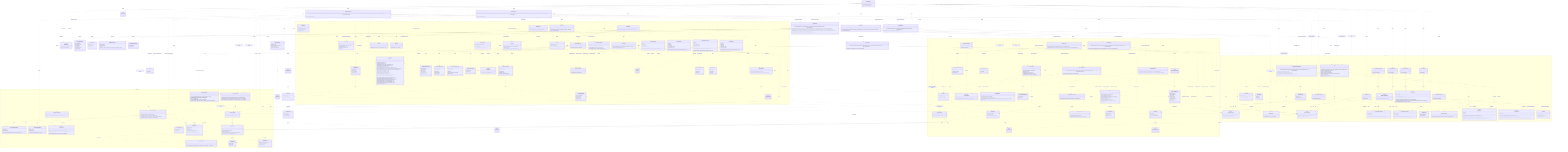
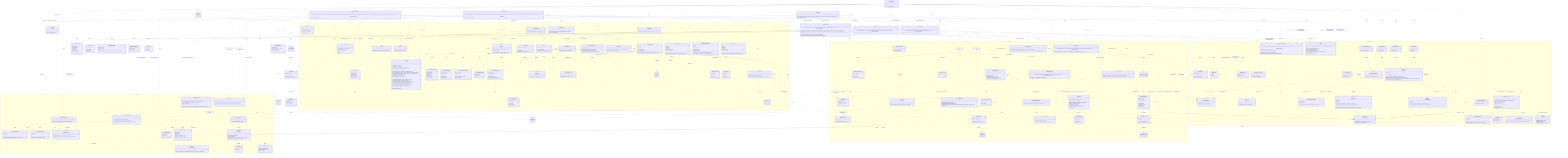
%% Authoritative, system-wide contract chart: every class and every relationship,
%% including the cross-domain interactions between modules.
%% For focused, per-domain views (intra-domain relationships only), see
%% docs/contracts/domains/ (one chart per domain + a README).
classDiagram
  direction TB

  class LicenseWizard {
    +LicenseWizard(args: string[])
    +run() Promise~Answer[]~
  }

  class IWizardMode {
    <<interface>>
    +run() Promise~Answer[]~
  }

  class InteractiveMode {
    +InteractiveMode(licenses: LicenseRepository, config: Config, manifests: ProjectManifestRepository, installer: LicenseInstaller, generator: LicenseGenerator, headers: HeaderApplier, renderer: IRenderer, reporter: IReporter, flags: WizardFlags)
    +run() Promise~Answer[]~
  }

  class NonInteractiveMode {
    +NonInteractiveMode(licenses: LicenseRepository, config: Config, manifests: ProjectManifestRepository, installer: LicenseInstaller, generator: LicenseGenerator, headers: HeaderApplier, reporter: IReporter, flags: WizardFlags, saveTargetByFlag: Record~string, string~)
    +run() Promise~Answer[]~
  }

  class VerifyMode {
    +VerifyMode(verifier: LicenseVerifier, headerVerifier: HeaderVerifier, config: Config, reporter: IReporter, strict: boolean)
    +run() Promise~Answer[]~
  }

  class WizardFlags {
    <<type>>
  }

  class HeaderApplier {
    +HeaderApplier(licenses: LicenseRepository, reader: IFileSystemReader & IPathResolver, writer: IFileSystemWriter)
    +apply(licenseId: string, style: HeaderStyle, tokens: Record~string, string~, extraIgnores: string[]) Promise~HeaderApplyReport~
    +preview(licenseId: string, style: HeaderStyle, tokens: Record~string, string~, extraIgnores: string[]) Promise~HeaderPreview | null~
    +forceApply(licenseId: string, style: HeaderStyle, tokens: Record~string, string~, file: string, options?: object) Promise~HeaderForceReport~
    +remove(extraIgnores: string[]) Promise~HeaderRemovalReport~
    +previewRemoval(extraIgnores: string[]) Promise~HeaderRemovalReport~
  }

  class HeaderApplyReport {
    +licenseId: string
    +style: HeaderStyle
    +total: number
    +written: number
    +unchanged: number
    +skipped: string[]
  }

  class HeaderPreview {
    +files: string[]
    +skipped: string[]
    +sample: string
  }

  class HeaderForceReport {
    +licenseId: string
    +style: HeaderStyle
    +file: string
    +outcome: "written" | "unchanged" | "missing" | "unsupported" | "outside"
  }

  class HeaderRemovalReport {
    +removed: string[]
    +total: number
  }

  class LicenseInstaller {
    +LicenseInstaller(config: Config, manifests: ProjectManifestRepository, generator: LicenseGenerator)
    +install(selection: LicenseSelection) Promise~void~
  }

  class LicenseVerifier {
    +LicenseVerifier(config: Config, manifests: ProjectManifestRepository, generator: LicenseGenerator, reader: IFileSystemReader)
    +verify(options: VerifyOptions) Promise~VerifyOutcome~
  }

  class LicenseSelection {
    +licenseId: string
    +tokens: Record~string, string~
    +save: ConfigSave
    +headers?: HeaderConfig
  }

  class ConfigSave {
    <<union>>
  }

  class VerifyOptions {
    +fix: boolean
  }

  class VerifyOutcome {
    <<union>>
  }

  class VerifyReport {
    +licenseId: string
    +license: DriftStatus
    +manifests: ManifestCheck[]
  }

  class ManifestCheck {
    +name: string
    +declared: string | null
    +status: DriftStatus
  }

  class DriftStatus {
    <<union>>
  }

  namespace CLI {
    class FlagParser {
      +FlagParser(flags: object)
      +parse(args: string[]) object
      +formatHelp() string
    }

    class Orchestrator {
      +Orchestrator(repository: QuestionRepository, renderer: IRenderer)
      +run() Promise~Answer[]~
    }

    class IRenderer {
      <<interface>>
      +render(question: Question) Promise~Answer~
      +onCancel() string
      +complete(summary: CompletionSummary) void
    }

    class CompletionSummary {
      +licenseId: string
      +customized: boolean
      +savedTo: string
      +manifests: string[]
      +headers?: CompletionHeaders
    }

    class CompletionHeaders {
      +style: HeaderStyle
      +written: number
      +total: number
      +skipped: string[]
    }

    class ProgressBar {
      +ProgressBar(label: string, out?: object)
      +start(total: number) void
      +update(done: number) void
      +stop() void
    }

    class ClackRenderer {
      +ClackRenderer(meta: object, spinner: Spinner)
    }

    class IReporter {
      <<interface>>
      +usage(options: string) void
      +version(version: string) void
      +tokens(licenseId: string, slots: TemplateSlot[]) void
      +generated(licenseId: string, savedTo: string) void
      +dryRun(report: DryRunReport) void
      +missingFields(licenseId: string, missing: TemplateSlot[]) void
      +unknownFields(licenseId: string, unknown: string[], slots: TemplateSlot[]) void
      +licenseNotFound(licenseId: string, suggestions: LicenseIndexEntry[]) void
      +verifyMatch(report: VerifyReport) void
      +verifyFixed(report: VerifyReport) void
      +verifyMismatch(report: VerifyReport) void
      +headersNoFiles(licenseId: string) void
      +headersGenerated(report: HeaderGenerateReport) void
      +headersDryRun(report: HeaderDryRunReport) void
      +headersForceApplied(report: HeaderForceApplyReport) void
      +headersRemoved(report: HeaderRemoveReport) void
      +headersRemoveDryRun(report: HeaderRemoveReport) void
      +headersVerifyMatch(report: HeaderVerifyReport) void
      +headersVerifyFixed(report: HeaderVerifyReport) void
      +headersVerifyMismatch(report: HeaderVerifyReport) void
      +error(message: string) void
    }

    class HeaderGenerateReport {
      +licenseId: string
      +style: HeaderStyle
      +total: number
      +written: number
      +unchanged: number
      +skipped: string[]
    }

    class HeaderDryRunReport {
      +licenseId: string
      +style: HeaderStyle
      +files: string[]
      +skipped: string[]
      +sample: string
    }

    class HeaderForceApplyReport {
      +licenseId: string
      +style: HeaderStyle
      +file: string
      +outcome: "written" | "unchanged"
      +dryRun: boolean
    }

    class HeaderRemoveReport {
      +removed: string[]
      +total: number
    }

    class DryRunReport {
      +licenseId: string
      +content: string
      +save: ConfigSave
      +manifests: string[]
    }

    class MessageReporter {
      +MessageReporter(sink: IOutputSink)
    }

    class CliReporter {
      +CliReporter(programName: string, out?: object, err?: object)
    }

    class IOutputSink {
      <<interface>>
      +emit(message: OutputMessage) void
    }

    class StreamSink {
      +StreamSink(presenter: ReportPresenter, out?: object, err?: object)
      +emit(message: OutputMessage) void
    }

    class RecordingSink {
      +RecordingSink()
      +emit(message: OutputMessage) void
      +messages: OutputMessage[]
    }

    class ReportPresenter {
      +ReportPresenter(programName: string)
      +present(message: OutputMessage, options: object) string
    }

    class OutputMessage {
      <<union>>
    }

    class Banner {
      +buildBanner(meta: object, options: object) string
    }

    class Spinner {
      +start(handle: object) Function
    }

    class QuestionRepository {
      +QuestionRepository(questions: Question[])
      +getByIndex(index: number) Question | null
      +insertAt(index: number, questions: Question[]) void
    }

    class QuestionLifecycle {
      +inject(questions: Question[]) void
    }

    class Question {
      <<union>>
    }

    class TextQuestion {
      +id: string
      +text: string
      +type: "text"
      +defaultValue: string
      +required?: boolean
      +onAnswer(answer: Answer, lifecycle: QuestionLifecycle) void
    }

    class ConfirmQuestion {
      +id: string
      +text: string
      +type: "confirm"
      +defaultValue: boolean
      +onAnswer(answer: Answer, lifecycle: QuestionLifecycle) void
    }

    class AutocompleteQuestion {
      +id: string
      +text: string
      +type: "autocomplete"
      +defaultValue: string
      +required?: boolean
      +search(query: string) Promise~AutocompleteOption[]~
      +onAnswer(answer: Answer, lifecycle: QuestionLifecycle) void
    }

    class AutocompleteOption {
      +value: string
      +label: string
      +hint: string
    }

    class SelectQuestion {
      +id: string
      +text: string
      +type: "select"
      +options: SelectOption[]
      +defaultValue: string
      +onAnswer(answer: Answer, lifecycle: QuestionLifecycle) void
    }

    class SelectOption {
      +value: string
      +label: string
      +hint: string
    }

    class Answer {
      +questionId: string
      +value: string | boolean
      +fields: Record~string, string | boolean~
    }
  }

  namespace Licensing {
    class LicenseRepository {
      +LicenseRepository(source: ILicenseSource)
      +search(query: string) Promise~LicenseIndexEntry[]~
      +suggest(query: string, limit: number) Promise~LicenseIndexEntry[]~
      +getLicense(licenseId: string) Promise~LicenseDetail~
    }

    class LicenseRepositoryError {
      +name: string
      +cause: unknown
      +LicenseRepositoryError(message: string, cause?: unknown)
    }

    class LicenseNotFoundError {
      +name: string
      +licenseId: string
      +LicenseNotFoundError(licenseId: string)
    }

    class ILicenseSource {
      <<interface>>
      +search(query: string) Promise~LicenseIndexEntry[]~
      +suggest(query: string, limit: number) Promise~LicenseIndexEntry[]~
      +fetchLicense(licenseId: string) Promise~LicenseDetail~
    }

    class SpdxLicenseSource {
      +SpdxLicenseSource(ttlMs?: number, timeoutMs?: number)
    }

    class LicenseIndexEntry {
      +licenseId: string
      +name: string
    }

    class LicenseDetail {
      +licenseId: string
      +name: string
      +licenseText: string
      +standardLicenseTemplate?: string
      +standardLicenseHeader?: string
      +standardLicenseHeaderTemplate?: string
    }

    class SpdxTemplate {
      <<abstract>>
      +SpdxTemplate(template: string)
      +slots() TemplateSlot[]
      +resolveSlots(entries: Map~string, string~) SlotResolution
      +render(values: Record~string, string~) string
    }

    class LicenseTemplate {
      +LicenseTemplate(template: string)
    }

    class LicenseCopyright {
      +LicenseCopyright(bodyTemplate: string, headerTemplate: string)
      +fromDetail(detail: LicenseDetail)$ LicenseCopyright
      +slots() TemplateSlot[]
      +requiredSlots(fullHeader: boolean) TemplateSlot[]
      +resolveFor(entries: Map~string, string~, fullHeader: boolean) SlotResolution
    }

    class resolveSlotEntries {
      <<function>>
      +resolveSlotEntries(slots: TemplateSlot[], entries: Map~string, string~) SlotResolution
    }

    class TemplateSlot {
      +token: string
      +label: string
    }

    class SlotResolution {
      +values: Record~string, string~
      +missing: TemplateSlot[]
      +unknown: string[]
    }

    class LicenseGenerator {
      +LicenseGenerator(repository: LicenseRepository, writer: IFileSystemWriter)
      +generate(licenseId: string, slotValues?: Record~string, string~) Promise~void~
      +render(licenseId: string, slotValues?: Record~string, string~) Promise~string~
    }
  }

  namespace Configuration {
    class IFileSystemReader {
      <<interface>>
      +read(path: string) Promise~string~
      +exists(path: string) Promise~boolean~
    }

    class IPathResolver {
      <<interface>>
      +realPath(path: string) Promise~string~
    }

    class IFileSystemWriter {
      <<interface>>
      +write(path: string, content: string) Promise~void~
      +delete(path: string) Promise~void~
    }

    class NodeFileSystemReader {
      +NodeFileSystemReader()
    }

    class NodeFileSystemWriter {
      +NodeFileSystemWriter()
    }

    class FileSystemReaderError {
      +name: string
      +cause: unknown
      +FileSystemReaderError(message: string, cause?: unknown)
    }

    class FileSystemWriterError {
      +name: string
      +cause: unknown
      +FileSystemWriterError(message: string, cause?: unknown)
    }

    class WizardConfig {
      +licenseId: string
      +tokens?: Record~string, string~
      +headers?: HeaderConfig
    }

    class HeaderConfig {
      +style: HeaderStyle
      +ignore?: string[]
    }

    class parseWizardConfig {
      <<function>>
      +parseWizardConfig(value: unknown, fileName: string) WizardConfig
    }

    class ConfigTarget {
      +id: string
      +label: string
    }

    class IConfigStore {
      <<interface>>
      +id: string
      +label: string
      +available(reader: IFileSystemReader) Promise~boolean~
      +read(reader: IFileSystemReader) Promise~WizardConfig | null~
      +write(reader: IFileSystemReader, writer: IFileSystemWriter, config: WizardConfig) Promise~void~
      +clear(reader: IFileSystemReader, writer: IFileSystemWriter) Promise~void~
    }

    class RcConfigStore {
      +RcConfigStore()
    }

    class ManifestConfigStore {
      <<abstract>>
      +ManifestConfigStore(fileName: string)
    }

    class NpmConfigStore {
      +NpmConfigStore()
    }

    class ComposerConfigStore {
      +ComposerConfigStore()
    }

    class Config {
      +Config(stores: IConfigStore[], reader: IFileSystemReader, writer: IFileSystemWriter)
      +read() Promise~WizardConfig | null~
      +source() Promise~string | null~
      +targets() Promise~ConfigTarget[]~
      +write(config: WizardConfig, targetId: string) Promise~void~
      +clear() Promise~void~
      +clearHeaders() Promise~void~
    }

    class IProjectManifest {
      <<interface>>
      +name: string
      +exists(reader: IFileSystemReader) Promise~boolean~
      +readLicense(reader: IFileSystemReader) Promise~string | null~
      +writeLicense(reader: IFileSystemReader, writer: IFileSystemWriter, licenseId: string) Promise~void~
    }

    class JsonManifest {
      <<abstract>>
      +JsonManifest(fileName: string)
      +name: string
      +exists(reader: IFileSystemReader) Promise~boolean~
      +readLicense(reader: IFileSystemReader) Promise~string | null~
      +writeLicense(reader: IFileSystemReader, writer: IFileSystemWriter, licenseId: string) Promise~void~
      #extractLicenseId(value: unknown)* string | null
    }

    class NpmManifest {
      +NpmManifest()
    }

    class ComposerManifest {
      +ComposerManifest()
    }

    class ProjectManifestRepository {
      +ProjectManifestRepository(manifests: IProjectManifest[], reader: IFileSystemReader, writer: IFileSystemWriter)
      +readLicense() Promise~string | null~
      +writeLicense(licenseId: string) Promise~void~
      +declaredLicenses() Promise~ManifestLicense[]~
      +writeLicenseTo(name: string, licenseId: string) Promise~void~
    }

    class ManifestLicense {
      +name: string
      +licenseId: string | null
+     }
+ 
+     class JsonManifestDocument {
+       +read(raw: string, fileName: string)$ JsonManifestDocument
+       +empty()$ JsonManifestDocument
+       +has(field: string) boolean
+       +get(field: string) unknown
+       +set(field: string, value: unknown) void
+       +delete(field: string) void
+       +serialize() string
    }

    class JsonStyle {
      +detect(raw: string)$ JsonStyle
      +default()$ JsonStyle
      +serialize(value: unknown) string
    }
  }

  namespace Headers {
    class HeaderPlan {
      +detail: LicenseDetail
      +style: HeaderStyle
      +tokens: Record~string, string~
    }

    class HeaderStyle {
      <<union>>
    }

    class HeaderRenderer {
      +HeaderRenderer(plan: HeaderPlan)
      +supportsFull(detail: LicenseDetail)$ boolean
      +fullHeaderHasUnfilledPlaceholders(detail: LicenseDetail, tokens: Record~string, string~)$ boolean
      +body() string
    }

    class HeaderTemplate {
      +HeaderTemplate(template: string)
    }

    class HeaderComposer {
      +HeaderComposer(plan: HeaderPlan)
      +fingerprint() string
      +block(extension: string) string
      +hasManaged(content: string) boolean
      +apply(content: string, filePath: string) string
    }

    class SourceFileScanner {
      +SourceFileScanner(walker: IFileTreeWalker, reader: IFileSystemReader, matchers?: GitignoreMatcherFactory)
      +scan(options?: ScanOptions) Promise~string[]~
    }

    class ScanOptions {
      +root?: string
      +extensions?: string[]
      +extraIgnores?: string[]
    }

    class GitignoreMatcher {
      +GitignoreMatcher(patterns: string[])
      +ignores(path: string, isDirectory: boolean) boolean
    }

    class GitignoreMatcherFactory {
      +fromContent(content: string, extra?: string[]) GitignoreMatcher
    }

    class IFileTreeWalker {
      <<interface>>
      +walk(root: string, skipDirectory: Function) Promise~string[]~
    }

    class NodeFileTreeWalker {
      +NodeFileTreeWalker()
    }

    class HeaderInstaller {
      +HeaderInstaller(reader: IFileSystemReader, writer: IFileSystemWriter)
      +install(files: string[], plan: HeaderPlan, onProgress?: Function) Promise~HeaderInstallSummary~
    }

    class HeaderInstallSummary {
      +written: string[]
      +unchanged: string[]
      +skipped: string[]
    }

    class SourceFile {
      +SourceFile(content: string, path: string)
      +extensionOf(path: string)$ string
      +commentStyleFor(extension: string)$ CommentStyle
      +hasManagedHeader() boolean
      +canPlaceHeader() boolean
      +withoutManagedHeaders() SourceFile
      +withManagedHeader(block: string) SourceFile
      +toString() string
    }

    class CommentStyle {
      +blockStart: string
      +linePrefix: string
      +blockEnd: string
    }

    class HeaderRemover {
      +HeaderRemover(reader: IFileSystemReader, writer: IFileSystemWriter)
      +remove(files: string[], onProgress?: Function) Promise~HeaderRemoveSummary~
    }

    class HeaderRemoveSummary {
      +removed: string[]
      +total: number
    }

    class HeaderVerifier {
      +HeaderVerifier(scanner: SourceFileScanner, reader: IFileSystemReader, writer: IFileSystemWriter, licenses: LicenseRepository)
      +verify(config: WizardConfig, options: HeaderVerifyOptions) Promise~HeaderVerifyOutcome~
    }

    class HeaderVerifyOptions {
      +fix: boolean
    }

    class HeaderVerifyOutcome {
      <<union>>
    }

    class HeaderVerifyReport {
      +licenseId: string
      +style: HeaderStyle
      +total: number
      +matched: string[]
      +missing: string[]
      +drifted: HeaderDrift[]
      +fixed: string[]
      +skipped: string[]
    }

    class HeaderDrift {
      +file: string
      +declares: object | null
      +reason: HeaderDriftReason
    }

    class HeaderDriftReason {
      <<union>>
    }
  }

  TextQuestion ..|> Question : member of
  ConfirmQuestion ..|> Question : member of
  AutocompleteQuestion ..|> Question : member of
  SelectQuestion ..|> Question : member of
  TextQuestion ..> QuestionLifecycle : onAnswer receives
  ConfirmQuestion ..> QuestionLifecycle : onAnswer receives
  AutocompleteQuestion ..> QuestionLifecycle : onAnswer receives
  SelectQuestion ..> QuestionLifecycle : onAnswer receives
  SelectQuestion ..> SelectOption : offers
  Orchestrator ..> QuestionLifecycle : creates
  ClackRenderer ..|> IRenderer : implements
  ClackRenderer ..> Spinner : uses
  ClackRenderer ..> Banner : renders
  IRenderer ..> CompletionSummary : renders
  ClackRenderer ..> CompletionSummary : renders
  MessageReporter ..|> IReporter : implements
  CliReporter --|> MessageReporter : terminal wiring
  MessageReporter ..> IOutputSink : emits to
  MessageReporter ..> OutputMessage : builds
  StreamSink ..|> IOutputSink : implements
  RecordingSink ..|> IOutputSink : implements
  StreamSink ..> ReportPresenter : renders with
  ReportPresenter ..> OutputMessage : renders
  CliReporter ..> StreamSink : wires
  CliReporter ..> ReportPresenter : wires
  MessageReporter ..> TemplateSlot : reads
  MessageReporter ..> VerifyReport : reads
  MessageReporter ..> DryRunReport : reads
  %% Composition root: LicenseWizard parses flags, builds the shared graph, and
  %% delegates each run to one of the three modes through IWizardMode.
  LicenseWizard ..> FlagParser : uses
  LicenseWizard ..> WizardFlags : parses
  LicenseWizard ..> CliReporter : creates
  LicenseWizard ..> IReporter : reports usage through
  LicenseWizard ..> ClackRenderer : creates
  LicenseWizard ..> SpdxLicenseSource : creates
  LicenseWizard ..> LicenseRepository : creates
  LicenseWizard ..> LicenseGenerator : creates
  LicenseWizard ..> LicenseInstaller : creates
  LicenseWizard ..> HeaderApplier : creates
  LicenseWizard ..> LicenseVerifier : creates
  LicenseWizard ..> IWizardMode : delegates the run to
  LicenseWizard ..> InteractiveMode : creates
  LicenseWizard ..> NonInteractiveMode : creates
  LicenseWizard ..> VerifyMode : creates
  InteractiveMode ..|> IWizardMode : implements
  NonInteractiveMode ..|> IWizardMode : implements
  VerifyMode ..|> IWizardMode : implements

  %% Interactive mode: the prompt-driven setup flow.
  InteractiveMode ..> ClackRenderer : renders through
  InteractiveMode ..> IRenderer : reports completion through
  InteractiveMode ..> Orchestrator : creates
  InteractiveMode ..> QuestionRepository : creates
  InteractiveMode ..> LicenseRepository : searches and resolves with
  InteractiveMode ..> LicenseTemplate : creates
  InteractiveMode ..> HeaderRenderer : checks full-header support with
  InteractiveMode ..> LicenseInstaller : applies selection through
  InteractiveMode ..> HeaderApplier : applies headers through
  InteractiveMode ..> LicenseGenerator : renders dry-run preview through
  InteractiveMode ..> Config : reads config and targets from
  InteractiveMode ..> ProjectManifestRepository : reads and reports manifests through
  InteractiveMode ..> IReporter : reports dry-run through
  InteractiveMode ..> LicenseSelection : builds
  InteractiveMode ..> DryRunReport : builds

  %% Non-interactive mode: flag-driven generation, apply-config, and removal.
  NonInteractiveMode ..> LicenseRepository : resolves and suggests with
  NonInteractiveMode ..> LicenseTemplate : creates
  NonInteractiveMode ..> HeaderRenderer : checks full-header support with
  NonInteractiveMode ..> LicenseInstaller : applies selection through
  NonInteractiveMode ..> HeaderApplier : applies headers through
  NonInteractiveMode ..> LicenseGenerator : renders dry-run preview through
  NonInteractiveMode ..> Config : reads config and clears headers through
  NonInteractiveMode ..> ProjectManifestRepository : reports manifests through
  NonInteractiveMode ..> IReporter : reports through
  NonInteractiveMode ..> LicenseSelection : builds
  NonInteractiveMode ..> DryRunReport : builds
  NonInteractiveMode ..> LicenseNotFoundError : handles

  %% Verify mode: LICENSE/manifest and source-header verification.
  VerifyMode ..> LicenseVerifier : verifies through
  VerifyMode ..> HeaderVerifier : verifies headers through
  VerifyMode ..> Config : reads config from
  VerifyMode ..> IReporter : reports through

  LicenseInstaller ..> Config : uses
  LicenseInstaller ..> ProjectManifestRepository : writes selection to
  LicenseInstaller ..> LicenseGenerator : uses
  LicenseInstaller ..> LicenseSelection : applies
  LicenseVerifier ..> Config : reads config from
  LicenseVerifier ..> ProjectManifestRepository : checks and reconciles manifests through
  LicenseVerifier ..> LicenseGenerator : re-renders and rewrites with
  LicenseVerifier ..> IFileSystemReader : reads LICENSE through
  LicenseVerifier ..> VerifyOptions : configured by
  LicenseVerifier ..> VerifyOutcome : returns
  VerifyOutcome ..> VerifyReport : carries
  VerifyReport ..> ManifestCheck : aggregates
  VerifyReport ..> DriftStatus : statuses by
  ManifestCheck ..> DriftStatus : status by
  ProjectManifestRepository ..> ManifestLicense : produces
  LicenseSelection ..> ConfigSave : has
  DryRunReport ..> ConfigSave : carries
  Orchestrator ..> QuestionRepository : gets questions from
  Orchestrator ..> IRenderer : feeds questions to
  ClackRenderer ..> Question : renders
  QuestionRepository ..> Question : produces
  AutocompleteQuestion ..> AutocompleteOption : search produces
  Orchestrator ..> Answer : collects
  SpdxLicenseSource ..|> ILicenseSource : implements
  LicenseRepository ..> ILicenseSource : uses
  LicenseRepository ..> LicenseIndexEntry : produces
  LicenseRepository ..> LicenseDetail : produces
  LicenseRepository ..> LicenseRepositoryError : throws
  LicenseRepository ..> LicenseNotFoundError : throws
  SpdxLicenseSource ..> LicenseNotFoundError : throws
  MessageReporter ..> LicenseIndexEntry : reads
  LicenseGenerator ..> LicenseRepository : uses
  LicenseGenerator ..> IFileSystemWriter : uses
  LicenseGenerator ..> LicenseTemplate : uses
  LicenseTemplate --|> SpdxTemplate : extends
  LicenseCopyright ..> LicenseTemplate : parses body and header with
  LicenseCopyright ..> resolveSlotEntries : resolves with
  SpdxTemplate ..> resolveSlotEntries : resolves with
  HeaderTemplate --|> SpdxTemplate : extends
  SpdxTemplate ..> TemplateSlot : produces
  SpdxTemplate ..> SlotResolution : produces
  NodeFileSystemReader ..|> IFileSystemReader : implements
  NodeFileSystemReader ..|> IPathResolver : implements
  NodeFileSystemWriter ..|> IFileSystemWriter : implements
  NodeFileSystemReader ..> FileSystemReaderError : throws
  NodeFileSystemWriter ..> FileSystemWriterError : throws
  Config ..> IConfigStore : coordinates
  Config ..> IFileSystemReader : uses
  Config ..> IFileSystemWriter : uses
  Config ..> WizardConfig : produces
  Config ..> ConfigTarget : produces
  Config ..> FileSystemWriterError : throws
  RcConfigStore ..|> IConfigStore : implements
  ManifestConfigStore ..|> IConfigStore : implements
  NpmConfigStore --|> ManifestConfigStore : extends
  ComposerConfigStore --|> ManifestConfigStore : extends
  RcConfigStore ..> IFileSystemReader : uses
  RcConfigStore ..> IFileSystemWriter : uses
  RcConfigStore ..> FileSystemReaderError : throws
  RcConfigStore ..> FileSystemWriterError : throws
  ManifestConfigStore ..> IFileSystemReader : uses
  ManifestConfigStore ..> IFileSystemWriter : uses
  ManifestConfigStore ..> FileSystemReaderError : throws
  ManifestConfigStore ..> FileSystemWriterError : throws
  JsonManifest ..|> IProjectManifest : implements
  NpmManifest --|> JsonManifest : extends
  ComposerManifest --|> JsonManifest : extends
  JsonManifest ..> IFileSystemReader : uses
  JsonManifest ..> IFileSystemWriter : uses
  JsonManifest ..> FileSystemReaderError : throws
  JsonManifest ..> FileSystemWriterError : throws
-   JsonManifest ..> JsonStyle : preserves formatting with
-   ManifestConfigStore ..> JsonStyle : preserves formatting with
+   JsonManifest ..> JsonManifestDocument : reads & writes through
+   ManifestConfigStore ..> JsonManifestDocument : reads & writes through
+   JsonManifestDocument ..> JsonStyle : preserves formatting with
+   JsonManifestDocument ..> FileSystemWriterError : throws
  ProjectManifestRepository ..> IProjectManifest : coordinates
  ProjectManifestRepository ..> IFileSystemReader : uses
  ProjectManifestRepository ..> IFileSystemWriter : uses
  LicenseWizard ..> NodeFileSystemReader : creates
  LicenseWizard ..> NodeFileSystemWriter : creates
  LicenseWizard ..> Config : creates
  LicenseWizard ..> RcConfigStore : creates
  LicenseWizard ..> NpmConfigStore : creates
  LicenseWizard ..> ComposerConfigStore : creates
  LicenseWizard ..> NpmManifest : creates
  LicenseWizard ..> ComposerManifest : creates
  LicenseWizard ..> ProjectManifestRepository : creates
  LicenseWizard ..> HeaderVerifier : creates
  LicenseWizard ..> SourceFileScanner : creates
  LicenseWizard ..> NodeFileTreeWalker : creates
  %% HeaderApplier owns the source-file header surface for both write modes.
  HeaderApplier ..> SourceFileScanner : creates
  HeaderApplier ..> NodeFileTreeWalker : creates
  HeaderApplier ..> HeaderInstaller : creates
  HeaderApplier ..> HeaderInstaller : writes headers through
  HeaderApplier ..> HeaderRemover : creates
  HeaderApplier ..> HeaderRemover : removes headers through
  HeaderApplier ..> SourceFile : previews removal with
  HeaderApplier ..> HeaderComposer : previews header block with
  HeaderApplier ..> ProgressBar : drives header progress with
  HeaderApplier ..> HeaderPlan : builds
  HeaderApplier ..> LicenseRepository : fetches header detail through
  HeaderApplier ..> HeaderApplyReport : produces
  HeaderApplier ..> HeaderPreview : produces
  HeaderApplier ..> HeaderForceReport : produces
  HeaderApplier ..> IPathResolver : confines forced writes through
  HeaderApplier ..> HeaderRemovalReport : produces
  MessageReporter ..> HeaderGenerateReport : reads
  MessageReporter ..> HeaderDryRunReport : reads
  MessageReporter ..> HeaderForceApplyReport : reads
  MessageReporter ..> HeaderRemoveReport : reads
  MessageReporter ..> HeaderVerifyReport : reads
  MessageReporter ..> HeaderDrift : reduces drift from
  HeaderConfig ..> HeaderStyle : style by
  HeaderPlan ..> LicenseDetail : carries
  HeaderPlan ..> HeaderStyle : styled by
  HeaderRenderer ..> HeaderPlan : renders
  HeaderRenderer ..> HeaderTemplate : substitutes header template with
  HeaderComposer ..> HeaderPlan : composes
  HeaderComposer ..> HeaderRenderer : renders body with
  HeaderInstaller ..> HeaderComposer : applies header with
  HeaderInstaller ..> HeaderPlan : applies
  HeaderInstaller ..> IFileSystemReader : reads files through
  HeaderInstaller ..> IFileSystemWriter : writes files through
  HeaderInstaller ..> HeaderInstallSummary : produces
  HeaderRemover ..> SourceFile : strips header through
  HeaderRemover ..> IFileSystemReader : reads files through
  HeaderRemover ..> IFileSystemWriter : writes files through
  HeaderRemover ..> HeaderRemoveSummary : produces
  HeaderComposer ..> SourceFile : places header through
  SourceFile ..> CommentStyle : wraps with
  SourceFileScanner ..> SourceFile : derives extension with
  HeaderVerifier ..> SourceFileScanner : rediscovers files through
  HeaderVerifier ..> HeaderComposer : compares against
  HeaderVerifier ..> LicenseRepository : fetches header detail through
  HeaderVerifier ..> IFileSystemReader : reads files through
  HeaderVerifier ..> IFileSystemWriter : rewrites files through
  HeaderVerifier ..> WizardConfig : verifies against
  HeaderVerifier ..> HeaderVerifyOptions : configured by
  HeaderVerifier ..> HeaderVerifyOutcome : returns
  HeaderVerifyOutcome ..> HeaderVerifyReport : carries
  HeaderVerifyReport ..> HeaderDrift : details drift by
  HeaderDrift ..> HeaderDriftReason : explained by
  HeaderVerifier ..> HeaderDrift : classifies drift into
  SourceFileScanner ..> IFileTreeWalker : walks with
  SourceFileScanner ..> IFileSystemReader : reads .gitignore through
  SourceFileScanner ..> GitignoreMatcherFactory : builds matchers with
  SourceFileScanner ..> GitignoreMatcher : filters with
  SourceFileScanner ..> ScanOptions : configured by
  GitignoreMatcherFactory ..> GitignoreMatcher : creates
  NodeFileTreeWalker ..|> IFileTreeWalker : implements
  ClackRenderer ..> CompletionHeaders : renders
  CompletionSummary ..> CompletionHeaders : carries
